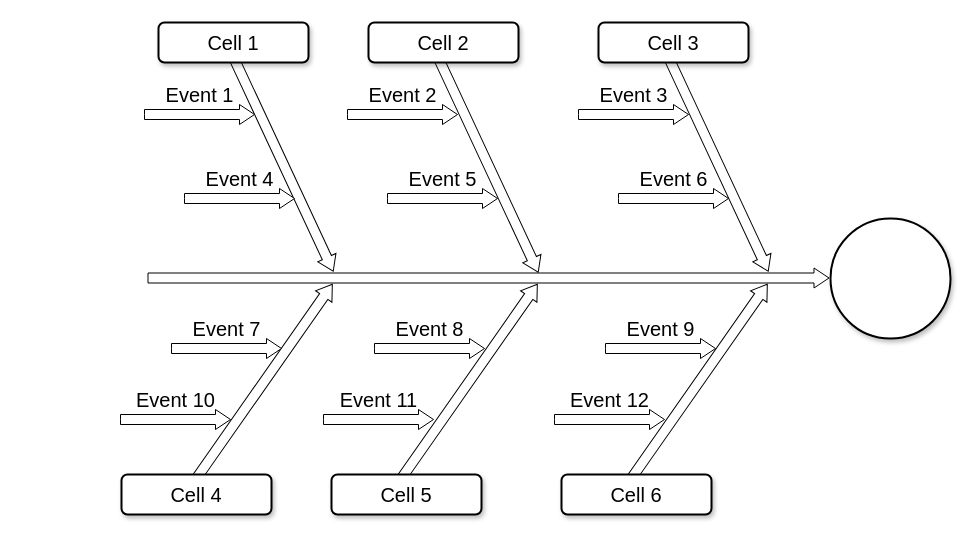
luuuuo/luuuuo_content keeps this draw.io diagram as 未命名绘图.drawio. Above is the earlier version. Source tidied: cells renumbered, new cells numbered last; positions are measured from the earlier drawing's top-left corner, leaving out a move shared by most shapes. Both pictures are drawn from the tidied source at 100%, with x=0, y=0 at pixel (121, -63).
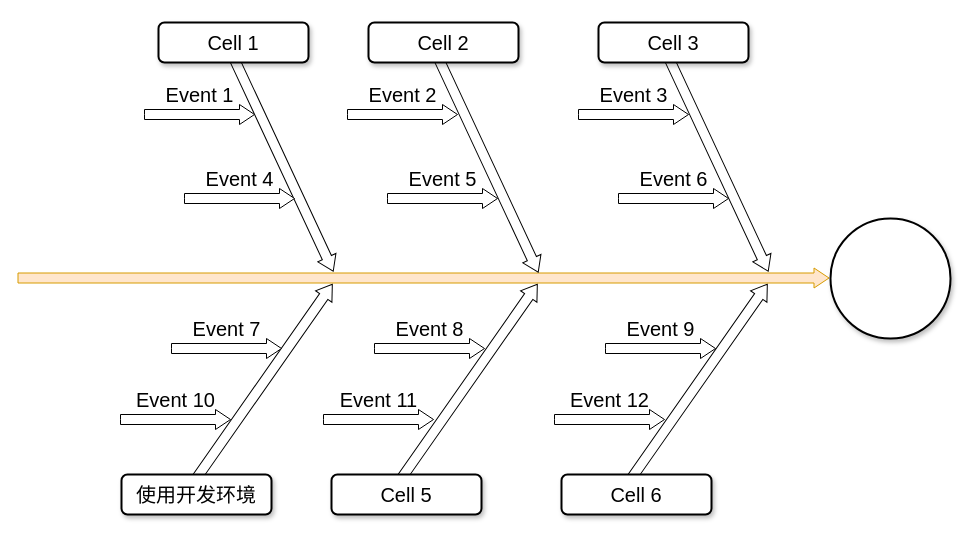
After the change.

Commit message:
智能合约最佳实践流程.drawio

What changed in the source:
```diff
@@
-    <mxCell id="5" style="html=1;shadow=0;dashed=0;align=center;verticalAlign=middle;shape=mxgraph.arrows2.arrow;dy=0.5;dx=15;direction=north;notch=0;rounded=0;strokeWidth=1;fontSize=20;rotation=90;" parent="1" vertex="1">
-      <mxGeometry x="357" width="20" height="681" as="geometry" />
+    <mxCell id="5" style="html=1;shadow=0;dashed=0;align=center;verticalAlign=middle;shape=mxgraph.arrows2.arrow;dy=0.5;dx=15;direction=north;notch=0;rounded=0;strokeWidth=1;fontSize=20;rotation=90;fillColor=#ffe6cc;strokeColor=#d79b00;" parent="1" vertex="1">
+      <mxGeometry x="292" y="-65" width="20" height="811" as="geometry" />
     </mxCell>
@@
-    <mxCell id="12" value="Cell 4" style="rounded=1;whiteSpace=wrap;html=1;shadow=1;strokeWidth=2;fontSize=20;" parent="1" vertex="1">
+    <mxCell id="12" value="使用开发环境" style="rounded=1;whiteSpace=wrap;html=1;shadow=1;strokeWidth=2;fontSize=20;" parent="1" vertex="1">
       <mxGeometry y="537" width="150" height="40" as="geometry" />
     </mxCell>
```
